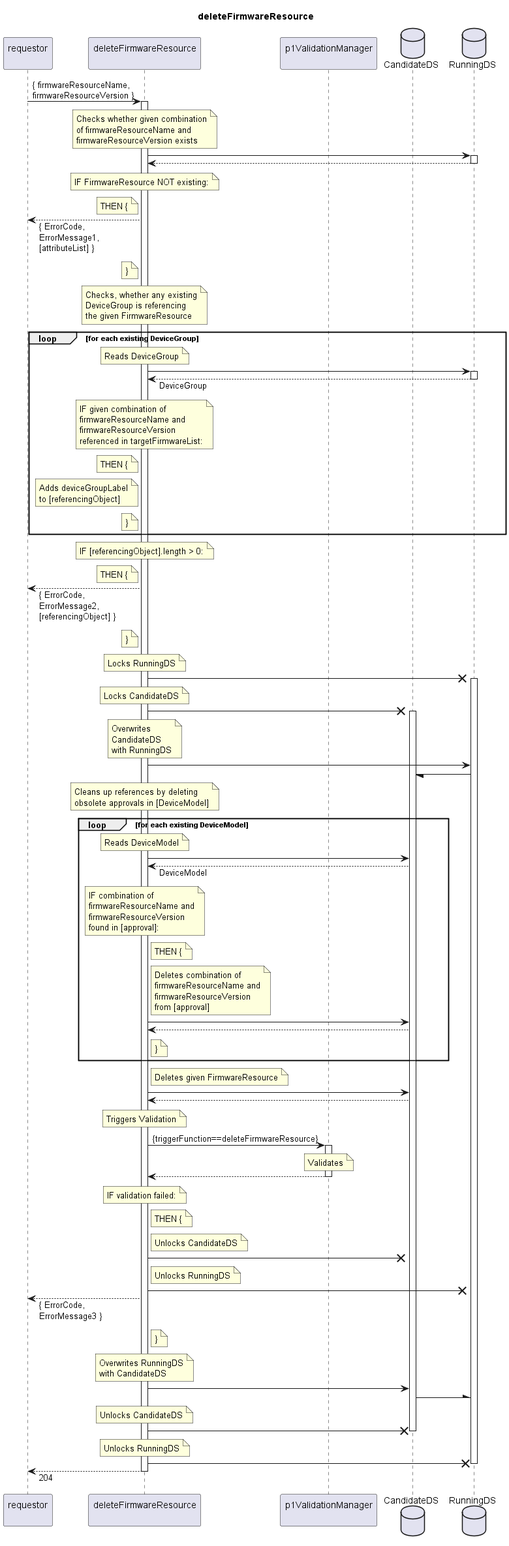
Earlier version of the PlantUML export spec/Services/deleteFirmwareResource/1.0.0/deleteFirmwareResource.png (openBackhaul/FirmWareManager). Its diagram source:
```plantuml
@startuml deleteFirmwareResource
skinparam responseMessageBelowArrow true

title
  deleteFirmwareResource
end title

participant "requestor\n" as requestor
participant "deleteFirmwareResource\n" as indServ
participant "p1ValidationManager\n" as valiMan
database "CandidateDS" as CanDS
database "RunningDS" as RunDS

requestor -> indServ: { firmwareResourceName,\nfirmwareResourceVersion }
activate indServ

  note over indServ
    Checks whether given combination
    of firmwareResourceName and
    firmwareResourceVersion exists
  end note
  indServ -> RunDS
  activate RunDS
  indServ <-- RunDS
  deactivate RunDS
  note over indServ
    IF FirmwareResource NOT existing:
  end note
  note left indServ
    THEN {
  end note
  requestor <-- indServ: { ErrorCode,\nErrorMessage1,\n[attributeList] }
  note left indServ
    }
  end note

  note over indServ
    Checks, whether any existing
    DeviceGroup is referencing
    the given FirmwareResource
  end note
  loop for each existing DeviceGroup
    note over indServ
      Reads DeviceGroup
    end note
    indServ -> RunDS
    activate RunDS
    indServ <-- RunDS: DeviceGroup
    deactivate RunDS
    note over indServ
      IF given combination of
      firmwareResourceName and
      firmwareResourceVersion
      referenced in targetFirmwareList:
    end note
    note left indServ
      THEN {
    end note
    note left indServ
      Adds deviceGroupLabel
      to [referencingObject]
    end note
    note left indServ
      }
    end note
  end loop
  note over indServ
    IF [referencingObject].length > 0:
  end note
  note left indServ
    THEN {
  end note
  requestor <-- indServ: { ErrorCode,\nErrorMessage2,\n[referencingObject] }
  note left indServ
    }
  end note

  note over indServ
    Locks RunningDS
  end note
  indServ -X RunDS
  activate RunDS
  note over indServ
    Locks CandidateDS
  end note
  indServ -X CanDS
  activate CanDS
  note over indServ
    Overwrites
    CandidateDS
    with RunningDS
  end note
  indServ -> RunDS
  RunDS -/ CanDS

  note over indServ
    Cleans up references by deleting
    obsolete approvals in [DeviceModel]
  end note
  loop for each existing DeviceModel
    note over indServ
      Reads DeviceModel
    end note
    indServ -> CanDS
    indServ <-- CanDS: DeviceModel
    note over indServ
      IF combination of
      firmwareResourceName and
      firmwareResourceVersion
      found in [approval]:
    end note
    note right indServ
      THEN {
    end note
    note right indServ
      Deletes combination of
      firmwareResourceName and
      firmwareResourceVersion
      from [approval]
    end note
    indServ -> CanDS
    indServ <-- CanDS
    note right indServ
      }
    end note
  end loop

  note right indServ
    Deletes given FirmwareResource
  end note
  indServ -> CanDS
  indServ <-- CanDS

  note over indServ
    Triggers Validation
  end note
  indServ -> valiMan: {triggerFunction==deleteFirmwareResource}
  activate valiMan
    note over valiMan
      Validates
    end note
  indServ <-- valiMan
  deactivate valiMan
  note over indServ
    IF validation failed:
  end note
  note right indServ
    THEN {
  end note
  note right indServ
    Unlocks CandidateDS
  end note
  indServ -X CanDS
  note right indServ
    Unlocks RunningDS
  end note
  indServ -X RunDS
  requestor <-- indServ: { ErrorCode,\nErrorMessage3 }
  note right indServ
    }
  end note

  note over indServ
    Overwrites RunningDS
    with CandidateDS
  end note
  indServ -> CanDS
  CanDS -\ RunDS
  note over indServ
    Unlocks CandidateDS
  end note
  indServ -X CanDS
  deactivate CanDS
  note over indServ
    Unlocks RunningDS
  end note
  indServ -X RunDS
  deactivate RunDS

requestor <-- indServ: 204
deactivate indServ

@enduml
```
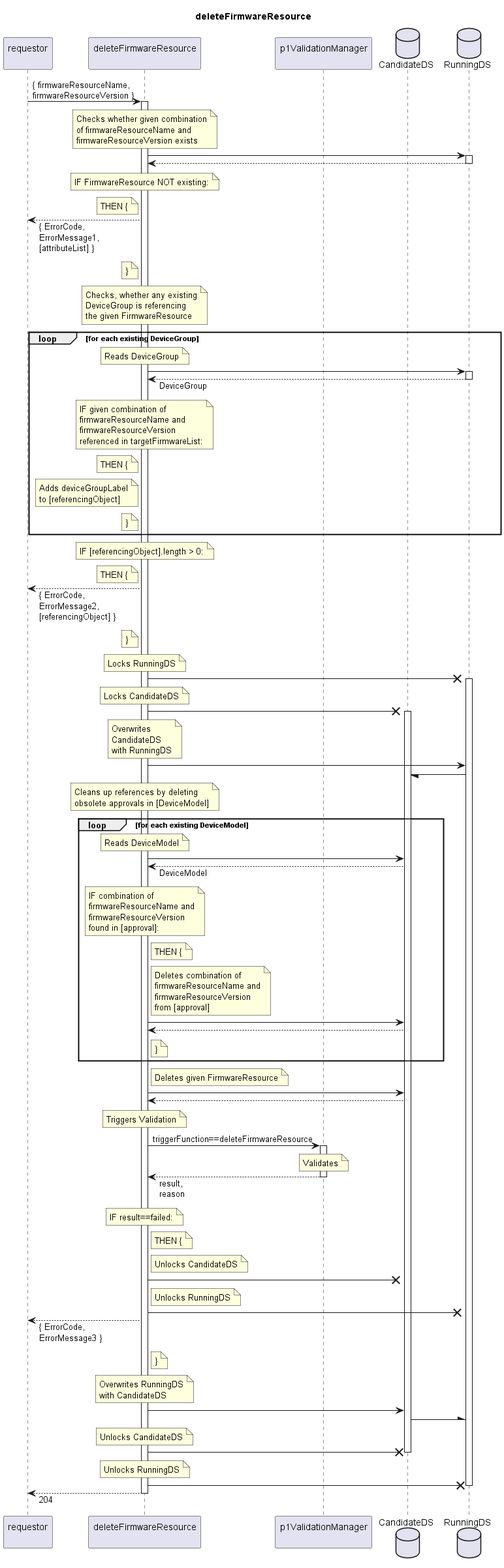
The same file after the commit.

Change to the diagram source:
```diff
@@ -134,15 +134,15 @@
   note over indServ
     Triggers Validation
   end note
-  indServ -> valiMan: {triggerFunction==deleteFirmwareResource}
+  indServ -> valiMan: triggerFunction==deleteFirmwareResource
   activate valiMan
     note over valiMan
       Validates
     end note
-  indServ <-- valiMan
+  indServ <-- valiMan: result,\nreason
   deactivate valiMan
   note over indServ
-    IF validation failed:
+    IF result==failed:
   end note
   note right indServ
     THEN {
```
